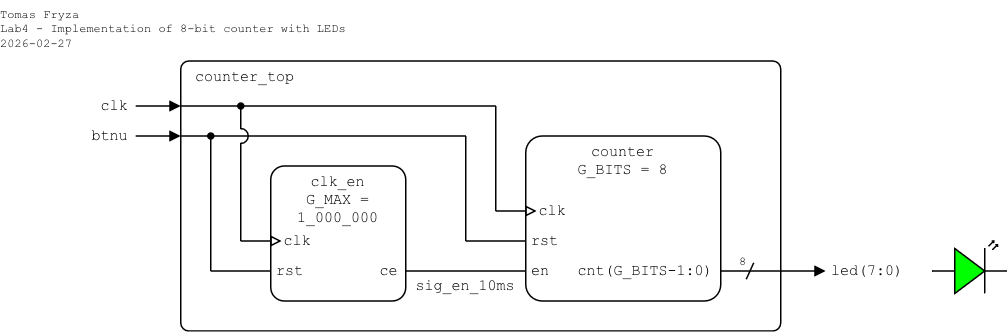
Before: lab4-counter/images/top-level_ver1.png, a diagram exported from draw.io (tomas-fryza/vhdl-examples). Source tidied: cells renumbered, new cells last; positions are measured from the earlier drawing's top-left corner, leaving out a move shared by most shapes.
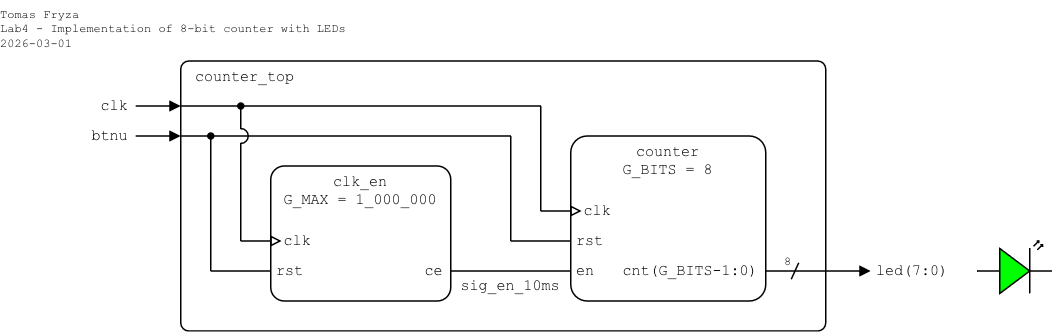
After the change.

Change to the diagram source:
```diff
@@ -3,22 +3,22 @@
     <mxCell id="0" />
     <mxCell id="1" parent="0" />
     <mxCell id="2" value="counter_top" style="rounded=1;arcSize=3;whiteSpace=wrap;html=1;align=left;verticalAlign=top;fontFamily=Courier New;absoluteArcSize=0;fillColor=none;fontSize=10;spacingLeft=10;imageHeight=24;spacing=0;" parent="1" vertex="1">
-      <mxGeometry x="120" y="40" width="400" height="180" as="geometry" />
+      <mxGeometry x="90" y="40" width="430" height="180" as="geometry" />
     </mxCell>
     <mxCell id="3" style="endArrow=none;html=1;rounded=0;endFill=1;endSize=5;startSize=5;startFill=0;" parent="1" edge="1">
       <mxGeometry relative="1" as="geometry">
-        <mxPoint x="120" y="90" as="sourcePoint" />
+        <mxPoint x="90" y="90" as="sourcePoint" />
         <mxPoint x="310" y="90" as="targetPoint" />
       </mxGeometry>
     </mxCell>
     <mxCell id="4" style="endArrow=block;html=1;rounded=0;endFill=1;endSize=5;startSize=5;" parent="1" edge="1">
       <mxGeometry relative="1" as="geometry">
-        <mxPoint x="90" y="90" as="sourcePoint" />
-        <mxPoint x="120" y="90" as="targetPoint" />
+        <mxPoint x="60" y="90" as="sourcePoint" />
+        <mxPoint x="90" y="90" as="targetPoint" />
       </mxGeometry>
     </mxCell>
     <mxCell id="5" value="&lt;div align=&quot;right&quot;&gt;btnu&lt;/div&gt;" style="text;html=1;align=right;verticalAlign=middle;whiteSpace=wrap;rounded=0;fontFamily=Courier New;fontSize=10;fillOpacity=100;spacing=0;spacingLeft=0;spacingRight=5;" parent="1" vertex="1">
-      <mxGeometry x="50" y="80" width="39.6" height="20" as="geometry" />
+      <mxGeometry x="20" y="80" width="39.6" height="20" as="geometry" />
     </mxCell>
     <mxCell id="6" style="endArrow=none;html=1;rounded=0;startArrow=none;startFill=0;endSize=4;startSize=4;" parent="1" edge="1">
       <mxGeometry relative="1" as="geometry">
@@ -37,12 +37,12 @@
     </mxCell>
     <mxCell id="9" style="endArrow=block;html=1;rounded=0;endFill=1;endSize=5;startSize=5;" parent="1" edge="1">
       <mxGeometry relative="1" as="geometry">
-        <mxPoint x="90" y="70" as="sourcePoint" />
-        <mxPoint x="120" y="70" as="targetPoint" />
+        <mxPoint x="60" y="70" as="sourcePoint" />
+        <mxPoint x="90" y="70" as="targetPoint" />
       </mxGeometry>
     </mxCell>
     <mxCell id="10" value="clk" style="text;html=1;align=right;verticalAlign=middle;whiteSpace=wrap;rounded=0;fontFamily=Courier New;fontSize=10;fillOpacity=100;spacing=0;spacingLeft=0;spacingRight=5;" parent="1" vertex="1">
-      <mxGeometry x="60" y="60" width="30" height="20" as="geometry" />
+      <mxGeometry x="30" y="60" width="30" height="20" as="geometry" />
     </mxCell>
     <mxCell id="11" style="endArrow=none;html=1;rounded=0;startArrow=none;startFill=0;endSize=4;startSize=4;" parent="1" edge="1">
       <mxGeometry relative="1" as="geometry">
@@ -85,26 +85,26 @@
     </mxCell>
     <mxCell id="20" style="endArrow=none;html=1;rounded=0;endFill=0;endSize=5;startSize=5;" parent="1" edge="1">
       <mxGeometry relative="1" as="geometry">
-        <mxPoint x="120" y="70" as="sourcePoint" />
+        <mxPoint x="90" y="70" as="sourcePoint" />
         <mxPoint x="330" y="70" as="targetPoint" />
       </mxGeometry>
     </mxCell>
     <mxCell id="21" value="sig_en_10ms" style="text;html=1;align=center;verticalAlign=middle;whiteSpace=wrap;rounded=0;fontFamily=Courier New;fontSize=10;fillOpacity=100;spacing=0;spacingLeft=0;" parent="1" vertex="1">
       <mxGeometry x="270" y="185" width="80" height="10" as="geometry" />
     </mxCell>
-    <mxCell id="22" value="clk_en&lt;div&gt;G_MAX =&lt;br&gt;1_000_000&lt;br&gt;&lt;/div&gt;" style="rounded=1;arcSize=10;align=center;verticalAlign=top;fontFamily=Courier New;absoluteArcSize=0;fillColor=none;fixDash=0;fontSize=10;spacingLeft=0;labelBorderColor=none;spacingTop=0;spacing=0;labelBackgroundColor=none;whiteSpace=wrap;html=1;strokeWidth=1;shadow=0;glass=0;" parent="1" vertex="1">
-      <mxGeometry x="180" y="110" width="90" height="90" as="geometry" />
+    <mxCell id="22" value="clk_en&lt;div&gt;G_MAX = 1_000_000&lt;br&gt;&lt;/div&gt;" style="rounded=1;arcSize=10;align=center;verticalAlign=top;fontFamily=Courier New;absoluteArcSize=0;fillColor=none;fixDash=0;fontSize=10;spacingLeft=0;labelBorderColor=none;spacingTop=0;spacing=0;labelBackgroundColor=none;whiteSpace=wrap;html=1;strokeWidth=1;shadow=0;glass=0;" parent="1" vertex="1">
+      <mxGeometry x="150" y="110" width="120" height="90" as="geometry" />
     </mxCell>
     <mxCell id="23" value="rst" style="text;html=1;align=left;verticalAlign=middle;whiteSpace=wrap;rounded=0;fontFamily=Courier New;fontSize=10;fillOpacity=100;spacingLeft=5;spacing=0;" parent="1" vertex="1">
-      <mxGeometry x="179.4" y="170" width="30.6" height="20" as="geometry" />
+      <mxGeometry x="149.4" y="170" width="30.6" height="20" as="geometry" />
     </mxCell>
     <mxCell id="24" value="clk" style="text;html=1;align=left;verticalAlign=middle;whiteSpace=wrap;rounded=0;fontFamily=Courier New;fontSize=10;fillOpacity=100;spacing=0;spacingLeft=10;" parent="1" vertex="1">
-      <mxGeometry x="179.4" y="150" width="30.6" height="20" as="geometry" />
+      <mxGeometry x="149.4" y="150" width="30.6" height="20" as="geometry" />
     </mxCell>
     <mxCell id="25" style="endArrow=block;html=1;rounded=0;endFill=0;endSize=5;startSize=5;" parent="1" edge="1">
       <mxGeometry relative="1" as="geometry">
-        <mxPoint x="160" y="160" as="sourcePoint" />
-        <mxPoint x="187.2" y="160" as="targetPoint" />
+        <mxPoint x="130" y="160" as="sourcePoint" />
+        <mxPoint x="157.2" y="160" as="targetPoint" />
       </mxGeometry>
     </mxCell>
     <mxCell id="26" value="ce" style="text;html=1;align=right;verticalAlign=middle;whiteSpace=wrap;rounded=0;fontFamily=Courier New;fontSize=10;fillOpacity=100;spacing=0;spacingRight=5;" parent="1" vertex="1">
@@ -112,36 +112,36 @@
     </mxCell>
     <mxCell id="27" style="endArrow=none;html=1;rounded=0;endFill=0;endSize=5;startSize=5;" parent="1" edge="1">
       <mxGeometry relative="1" as="geometry">
-        <mxPoint x="140" y="180" as="sourcePoint" />
-        <mxPoint x="180" y="180" as="targetPoint" />
+        <mxPoint x="110" y="180" as="sourcePoint" />
+        <mxPoint x="150" y="180" as="targetPoint" />
       </mxGeometry>
     </mxCell>
     <mxCell id="28" style="endArrow=oval;html=1;rounded=0;startArrow=none;startFill=0;endSize=4;startSize=4;endFill=1;" parent="1" edge="1">
       <mxGeometry relative="1" as="geometry">
-        <mxPoint x="160" y="85.5" as="sourcePoint" />
-        <mxPoint x="160" y="70" as="targetPoint" />
+        <mxPoint x="130" y="85.5" as="sourcePoint" />
+        <mxPoint x="130" y="70" as="targetPoint" />
       </mxGeometry>
     </mxCell>
     <mxCell id="29" style="endArrow=none;html=1;rounded=0;startArrow=oval;startFill=1;endSize=4;startSize=4;" parent="1" edge="1">
       <mxGeometry relative="1" as="geometry">
-        <mxPoint x="140" y="90" as="sourcePoint" />
-        <mxPoint x="140" y="180" as="targetPoint" />
+        <mxPoint x="110" y="90" as="sourcePoint" />
+        <mxPoint x="110" y="180" as="targetPoint" />
       </mxGeometry>
     </mxCell>
     <mxCell id="30" style="verticalLabelPosition=bottom;verticalAlign=top;html=1;shape=mxgraph.basic.arc;startAngle=0.75;endAngle=0.25;rotation=90;" parent="1" vertex="1">
-      <mxGeometry x="155" y="85" width="10" height="10" as="geometry" />
+      <mxGeometry x="125" y="85" width="10" height="10" as="geometry" />
     </mxCell>
     <mxCell id="31" style="verticalLabelPosition=bottom;shadow=0;dashed=0;align=center;html=1;verticalAlign=top;shape=mxgraph.electrical.opto_electronics.led_2;fillColor=#00FF00;" parent="1" vertex="1">
       <mxGeometry x="621" y="160" width="50" height="35" as="geometry" />
     </mxCell>
     <mxCell id="32" style="endArrow=none;html=1;rounded=0;startArrow=none;startFill=0;endSize=4;startSize=4;" parent="1" edge="1">
       <mxGeometry relative="1" as="geometry">
-        <mxPoint x="160" y="94.5" as="sourcePoint" />
-        <mxPoint x="160" y="160" as="targetPoint" />
+        <mxPoint x="130" y="94.5" as="sourcePoint" />
+        <mxPoint x="130" y="160" as="targetPoint" />
       </mxGeometry>
     </mxCell>
-    <mxCell id="33" value="&lt;div&gt;Tomas Fryza&lt;/div&gt;&lt;div&gt;Lab4 - Implementation of 8-bit counter with LEDs&lt;/div&gt;&lt;div&gt;2026-02-27&lt;/div&gt;" style="text;html=1;align=left;verticalAlign=top;whiteSpace=wrap;rounded=0;fontFamily=Courier New;fontSize=8;fillOpacity=100;spacing=0;spacingLeft=0;" parent="1" vertex="1">
-      <mxGeometry width="240" height="40" as="geometry" />
+    <mxCell id="33" value="&lt;div&gt;Tomas Fryza&lt;/div&gt;&lt;div&gt;Lab4 - Implementation of 8-bit counter with LEDs&lt;/div&gt;&lt;div&gt;2026-03-01&lt;/div&gt;" style="text;html=1;align=left;verticalAlign=top;whiteSpace=wrap;rounded=0;fontFamily=Courier New;fontSize=8;fillOpacity=100;spacing=0;spacingLeft=0;" parent="1" vertex="1">
+      <mxGeometry x="-30" width="240" height="40" as="geometry" />
     </mxCell>
     <mxCell id="34" value="8" style="text;html=1;align=center;verticalAlign=middle;whiteSpace=wrap;rounded=0;fontFamily=Courier New;fontSize=8;fillOpacity=100;spacing=2;spacingRight=0;" parent="1" vertex="1">
       <mxGeometry x="490" y="164" width="10" height="20" as="geometry" />
```
